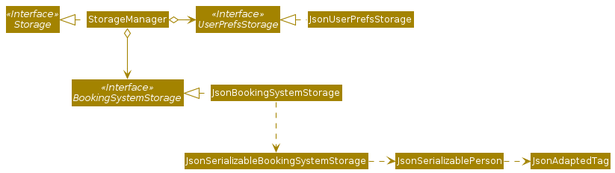
Above: docs/images/StorageClassDiagram.png in nus-cs2103-AY2021S2/tp (PlantUML), before the change. Its diagram source:
```plantuml
@startuml
!include style.puml
skinparam arrowThickness 1.1
skinparam arrowColor STORAGE_COLOR
skinparam classBackgroundColor STORAGE_COLOR

Interface Storage <<Interface>>
Interface UserPrefsStorage <<Interface>>
Interface BookingSystemStorage <<Interface>>

Class StorageManager
Class JsonUserPrefsStorage
Class JsonBookingSystemStorage

StorageManager .left.|> Storage
StorageManager o-right-> UserPrefsStorage
StorageManager o--> BookingSystemStorage

JsonUserPrefsStorage .left.|> UserPrefsStorage
JsonBookingSystemStorage .left.|> BookingSystemStorage
JsonBookingSystemStorage .down.> JsonSerializableBookingSystemStorage
JsonSerializableBookingSystemStorage .right.> JsonSerializablePerson
JsonSerializablePerson .right.> JsonAdaptedTag
@enduml
```
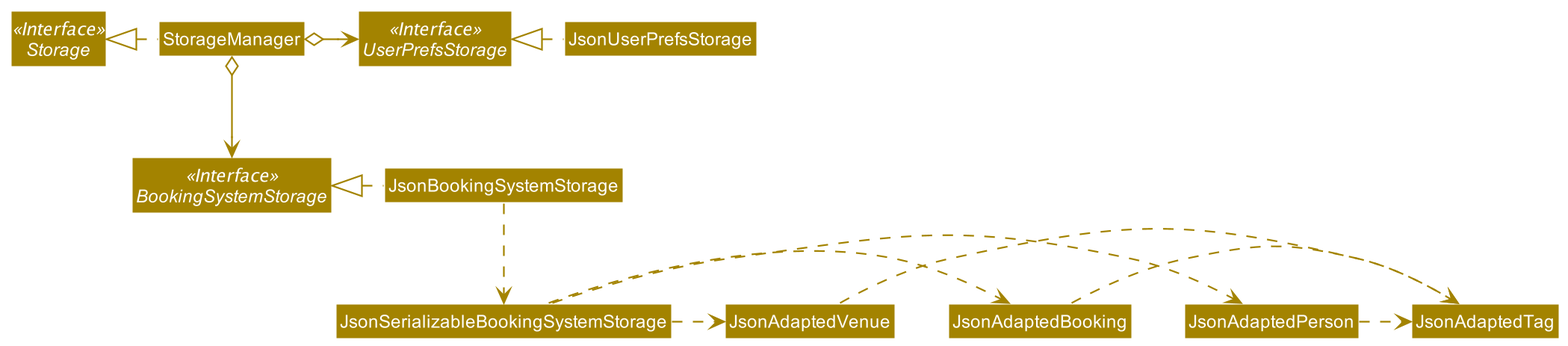
Above is the later version.

Change to the diagram source:
```diff
@@ -19,6 +19,10 @@
 JsonUserPrefsStorage .left.|> UserPrefsStorage
 JsonBookingSystemStorage .left.|> BookingSystemStorage
 JsonBookingSystemStorage .down.> JsonSerializableBookingSystemStorage
-JsonSerializableBookingSystemStorage .right.> JsonSerializablePerson
-JsonSerializablePerson .right.> JsonAdaptedTag
+JsonSerializableBookingSystemStorage .right.> JsonAdaptedPerson
+JsonSerializableBookingSystemStorage .right.> JsonAdaptedBooking
+JsonSerializableBookingSystemStorage .right.> JsonAdaptedVenue
+JsonAdaptedPerson .right.> JsonAdaptedTag
+JsonAdaptedBooking .right.> JsonAdaptedTag
+JsonAdaptedVenue .right.> JsonAdaptedTag
 @enduml
```
